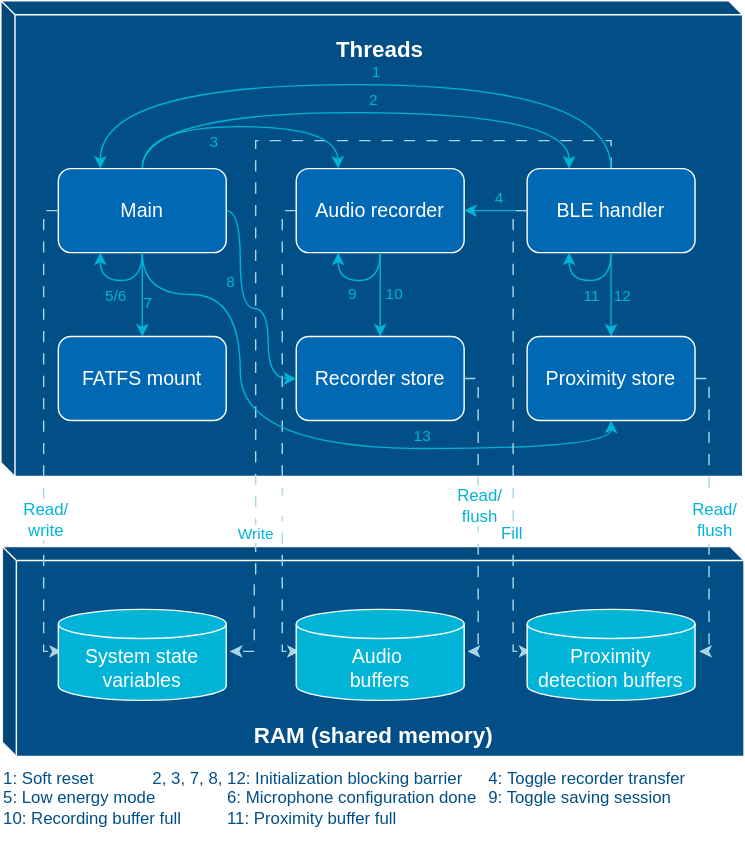
The draw.io diagram 01-Report/01-diagram/01-global/threads.drawio.svg in DrinkDark/Master_TM_DataCollar, before a commit. Source tidied: cells renumbered, new cells last; positions are measured from the earlier drawing's top-left corner, leaving out a move shared by most shapes. Source of this version:
```xml
<mxGraphModel>
  <root>
    <mxCell id="0" />
    <mxCell id="1" parent="0" />
    <mxCell id="2" value="&lt;span style=&quot;color: rgba(0, 0, 0, 0); font-family: monospace; font-size: 0px; text-align: start; text-wrap: nowrap;&quot;&gt;%3CmxGraphModel%3E%3Croot%3E%3CmxCell%20id%3D%220%22%2F%3E%3CmxCell%20id%3D%221%22%20parent%3D%220%22%2F%3E%3CmxCell%20id%3D%222%22%20value%3D%22%26lt%3Bfont%20style%3D%26quot%3Bfont-size%3A%2015px%3B%26quot%3B%26gt%3B%26lt%3Bb%26gt%3BThreads%26lt%3B%2Fb%26gt%3B%26lt%3B%2Ffont%26gt%3B%22%20style%3D%22text%3Bhtml%3D1%3Balign%3Dcenter%3BverticalAlign%3Dmiddle%3BwhiteSpace%3Dwrap%3Brounded%3D0%3B%22%20vertex%3D%221%22%20parent%3D%221%22%3E%3CmxGeometry%20x%3D%22380%22%20y%3D%22150%22%20width%3D%2260%22%20height%3D%2230%22%20as%3D%22geometry%22%2F%3E%3C%2FmxCell%3E%3C%2Froot%3E%3C%2FmxGraphModel%3E&lt;/span&gt;" style="shape=cube;whiteSpace=wrap;html=1;boundedLbl=1;backgroundOutline=1;darkOpacity=0.05;darkOpacity2=0.1;size=10;fillColor=#014F86;strokeColor=#FFFFFF;" parent="1" vertex="1">
      <mxGeometry x="1" y="390" width="530" height="150" as="geometry" />
    </mxCell>
    <mxCell id="3" style="shape=cube;whiteSpace=wrap;html=1;boundedLbl=1;backgroundOutline=1;darkOpacity=0.05;darkOpacity2=0.1;size=10;fillColor=#014F86;strokeColor=#FFFFFF;" parent="1" vertex="1">
      <mxGeometry width="530" height="340" as="geometry" />
    </mxCell>
    <mxCell id="4" value="&lt;font color=&quot;#ffffff&quot;&gt;&lt;b&gt;Threads&lt;/b&gt;&lt;/font&gt;" style="text;html=1;align=center;verticalAlign=middle;whiteSpace=wrap;rounded=0;fontSize=16;" parent="1" vertex="1">
      <mxGeometry x="241" y="20" width="60" height="30" as="geometry" />
    </mxCell>
    <mxCell id="5" value="10" style="edgeStyle=orthogonalEdgeStyle;rounded=0;jettySize=auto;html=1;exitX=0.5;exitY=1;exitDx=0;exitDy=0;entryX=0.5;entryY=0;entryDx=0;entryDy=0;strokeColor=#00B4D8;labelBackgroundColor=none;fontColor=#00B4D8;" parent="1" edge="1" source="10" target="20">
      <mxGeometry y="10" relative="1" as="geometry" />
    </mxCell>
    <mxCell id="6" style="edgeStyle=orthogonalEdgeStyle;rounded=0;jettySize=auto;html=1;exitX=0;exitY=0.5;exitDx=0;exitDy=0;entryX=0;entryY=0.5;entryDx=0;entryDy=0;dashed=1;dashPattern=8 8;labelBackgroundColor=none;fontColor=#00B4D8;strokeColor=#A9D6E5;" parent="1" edge="1" source="10">
      <mxGeometry relative="1" as="geometry">
        <mxPoint x="213.5" y="465" as="targetPoint" />
        <Array as="points">
          <mxPoint x="201" y="150" />
          <mxPoint x="201" y="465" />
        </Array>
      </mxGeometry>
    </mxCell>
    <mxCell id="7" value="&lt;font style=&quot;font-size: 12px;&quot;&gt;Fill&lt;/font&gt;" style="edgeLabel;html=1;align=center;verticalAlign=middle;fontColor=#FFFFFF;" parent="6" vertex="1">
      <mxGeometry x="0.32" y="-2" relative="1" as="geometry">
        <mxPoint y="-3" as="offset" />
      </mxGeometry>
    </mxCell>
    <mxCell id="8" style="edgeStyle=orthogonalEdgeStyle;rounded=0;jettySize=auto;html=1;entryX=1;entryY=0.5;entryDx=0;entryDy=0;dashed=1;dashPattern=8 8;exitX=0.5;exitY=0;exitDx=0;exitDy=0;labelBackgroundColor=none;fontColor=#00B4D8;strokeColor=#A9D6E5;" parent="1" edge="1" source="17">
      <mxGeometry relative="1" as="geometry">
        <mxPoint x="163.5" y="465" as="targetPoint" />
        <Array as="points">
          <mxPoint x="436" y="100" />
          <mxPoint x="182" y="100" />
          <mxPoint x="182" y="415" />
          <mxPoint x="181" y="415" />
          <mxPoint x="181" y="465" />
        </Array>
      </mxGeometry>
    </mxCell>
    <mxCell id="9" value="Write" style="edgeLabel;html=1;align=center;verticalAlign=middle;fontColor=#00B4D8;" parent="8" vertex="1">
      <mxGeometry x="-0.12" relative="1" as="geometry">
        <mxPoint x="-1" y="265" as="offset" />
      </mxGeometry>
    </mxCell>
    <mxCell id="10" value="&lt;font style=&quot;font-size: 14px;&quot; color=&quot;#ffffff&quot;&gt;Audio recorder&lt;/font&gt;" style="rounded=1;whiteSpace=wrap;html=1;fillColor=#0169B3;strokeColor=#FFFFFF;" parent="1" vertex="1">
      <mxGeometry x="211" y="120" width="120" height="60" as="geometry" />
    </mxCell>
    <mxCell id="11" style="edgeStyle=orthogonalEdgeStyle;rounded=0;jettySize=auto;html=1;exitX=0.5;exitY=1;exitDx=0;exitDy=0;entryX=0.5;entryY=0;entryDx=0;entryDy=0;strokeColor=#00B4D8;" parent="1" edge="1" source="17" target="21">
      <mxGeometry relative="1" as="geometry" />
    </mxCell>
    <mxCell id="12" value="12" style="edgeLabel;html=1;align=center;verticalAlign=middle;labelBackgroundColor=none;fontColor=#00B4D8;" parent="11" vertex="1">
      <mxGeometry x="0.1" relative="1" as="geometry">
        <mxPoint x="7" y="-3" as="offset" />
      </mxGeometry>
    </mxCell>
    <mxCell id="13" style="edgeStyle=orthogonalEdgeStyle;rounded=0;jettySize=auto;html=1;exitX=0.5;exitY=0;exitDx=0;exitDy=0;entryX=0.25;entryY=0;entryDx=0;entryDy=0;curved=1;strokeColor=#00B4D8;" parent="1" edge="1" source="17" target="32">
      <mxGeometry relative="1" as="geometry">
        <Array as="points">
          <mxPoint x="436" y="60" />
          <mxPoint x="71" y="60" />
        </Array>
      </mxGeometry>
    </mxCell>
    <mxCell id="14" value="1" style="edgeLabel;html=1;align=center;verticalAlign=middle;fontColor=#00B4D8;labelBackgroundColor=none;" parent="13" vertex="1">
      <mxGeometry x="-0.05" y="-1" relative="1" as="geometry">
        <mxPoint x="2" y="-9" as="offset" />
      </mxGeometry>
    </mxCell>
    <mxCell id="15" style="edgeStyle=orthogonalEdgeStyle;rounded=0;jettySize=auto;html=1;exitX=0;exitY=0.5;exitDx=0;exitDy=0;entryX=1;entryY=0.5;entryDx=0;entryDy=0;strokeColor=#00B4D8;" parent="1" edge="1" source="17" target="10">
      <mxGeometry relative="1" as="geometry" />
    </mxCell>
    <mxCell id="16" value="4" style="edgeLabel;html=1;align=center;verticalAlign=middle;labelBackgroundColor=none;fontColor=#00B4D8;" parent="15" vertex="1">
      <mxGeometry x="-0.07" relative="1" as="geometry">
        <mxPoint y="-10" as="offset" />
      </mxGeometry>
    </mxCell>
    <mxCell id="17" value="&lt;font style=&quot;font-size: 14px;&quot; color=&quot;#ffffff&quot;&gt;BLE handler&lt;/font&gt;" style="rounded=1;whiteSpace=wrap;html=1;fillColor=#0169B3;strokeColor=#FFFFFF;" parent="1" vertex="1">
      <mxGeometry x="376" y="120" width="120" height="60" as="geometry" />
    </mxCell>
    <mxCell id="18" style="edgeStyle=orthogonalEdgeStyle;rounded=0;jettySize=auto;html=1;exitX=1;exitY=0.5;exitDx=0;exitDy=0;entryX=1;entryY=0.5;entryDx=0;entryDy=0;dashed=1;dashPattern=8 8;labelBackgroundColor=none;fontColor=#00B4D8;strokeColor=#A9D6E5;" parent="1" edge="1" source="20">
      <mxGeometry relative="1" as="geometry">
        <mxPoint x="333.5" y="465" as="targetPoint" />
        <Array as="points">
          <mxPoint x="341" y="270" />
          <mxPoint x="341" y="465" />
        </Array>
      </mxGeometry>
    </mxCell>
    <mxCell id="19" value="&lt;font style=&quot;font-size: 12px;&quot;&gt;Read/&lt;/font&gt;&lt;div&gt;&lt;font style=&quot;font-size: 12px;&quot;&gt;flush&lt;/font&gt;&lt;/div&gt;" style="edgeLabel;html=1;align=center;verticalAlign=middle;fontColor=#00B4D8;" parent="18" vertex="1">
      <mxGeometry x="-0.04" y="3" relative="1" as="geometry">
        <mxPoint x="-3" y="-2" as="offset" />
      </mxGeometry>
    </mxCell>
    <mxCell id="20" value="&lt;font color=&quot;#ffffff&quot; style=&quot;font-size: 14px;&quot;&gt;Recorder store&lt;/font&gt;" style="rounded=1;whiteSpace=wrap;html=1;fillColor=#0169B3;strokeColor=#FFFFFF;" parent="1" vertex="1">
      <mxGeometry x="211" y="240" width="120" height="60" as="geometry" />
    </mxCell>
    <mxCell id="21" value="&lt;font color=&quot;#ffffff&quot; style=&quot;font-size: 14px;&quot;&gt;Proximity store&lt;/font&gt;" style="rounded=1;whiteSpace=wrap;html=1;fillColor=#0169B3;strokeColor=#FFFFFF;" parent="1" vertex="1">
      <mxGeometry x="376" y="240" width="120" height="60" as="geometry" />
    </mxCell>
    <mxCell id="22" style="edgeStyle=orthogonalEdgeStyle;rounded=0;jettySize=auto;html=1;exitX=0.5;exitY=0;exitDx=0;exitDy=0;entryX=0.25;entryY=0;entryDx=0;entryDy=0;curved=1;strokeColor=#00B4D8;" parent="1" edge="1" source="32" target="10">
      <mxGeometry relative="1" as="geometry">
        <Array as="points">
          <mxPoint x="101" y="90" />
          <mxPoint x="240" y="90" />
        </Array>
      </mxGeometry>
    </mxCell>
    <mxCell id="23" value="3" style="edgeLabel;html=1;align=center;verticalAlign=middle;labelBackgroundColor=none;fontColor=#00B4D8;" parent="22" vertex="1">
      <mxGeometry x="0.14" y="-1" relative="1" as="geometry">
        <mxPoint x="-33" y="9" as="offset" />
      </mxGeometry>
    </mxCell>
    <mxCell id="24" style="edgeStyle=orthogonalEdgeStyle;rounded=0;jettySize=auto;html=1;exitX=0.5;exitY=1;exitDx=0;exitDy=0;entryX=0.5;entryY=0;entryDx=0;entryDy=0;curved=1;strokeColor=#00B4D8;" parent="1" edge="1" source="32" target="33">
      <mxGeometry relative="1" as="geometry" />
    </mxCell>
    <mxCell id="25" value="7" style="edgeLabel;html=1;align=center;verticalAlign=middle;labelBackgroundColor=none;fontColor=#00B4D8;" parent="24" vertex="1">
      <mxGeometry x="0.16" y="3" relative="1" as="geometry" />
    </mxCell>
    <mxCell id="26" style="edgeStyle=orthogonalEdgeStyle;rounded=0;jettySize=auto;html=1;exitX=1;exitY=0.5;exitDx=0;exitDy=0;entryX=0;entryY=0.5;entryDx=0;entryDy=0;curved=1;strokeColor=#00B4D8;" parent="1" edge="1" source="32" target="20">
      <mxGeometry relative="1" as="geometry">
        <Array as="points">
          <mxPoint x="171" y="150" />
          <mxPoint x="171" y="220" />
          <mxPoint x="191" y="220" />
          <mxPoint x="191" y="270" />
        </Array>
      </mxGeometry>
    </mxCell>
    <mxCell id="27" value="8" style="edgeLabel;html=1;align=center;verticalAlign=middle;labelBackgroundColor=none;fontColor=#00B4D8;" parent="26" vertex="1">
      <mxGeometry x="0.02" y="5" relative="1" as="geometry">
        <mxPoint x="-14" y="-15" as="offset" />
      </mxGeometry>
    </mxCell>
    <mxCell id="28" style="edgeStyle=orthogonalEdgeStyle;rounded=0;jettySize=auto;html=1;exitX=0.5;exitY=1;exitDx=0;exitDy=0;entryX=0.5;entryY=1;entryDx=0;entryDy=0;curved=1;strokeColor=#00B4D8;" parent="1" edge="1" source="32" target="21">
      <mxGeometry relative="1" as="geometry">
        <Array as="points">
          <mxPoint x="101" y="210" />
          <mxPoint x="171" y="210" />
          <mxPoint x="171" y="320" />
          <mxPoint x="436" y="320" />
        </Array>
      </mxGeometry>
    </mxCell>
    <mxCell id="29" value="13" style="edgeLabel;html=1;align=center;verticalAlign=middle;labelBackgroundColor=none;fontColor=#00B4D8;" parent="28" vertex="1">
      <mxGeometry x="0.37" y="2" relative="1" as="geometry">
        <mxPoint y="-8" as="offset" />
      </mxGeometry>
    </mxCell>
    <mxCell id="30" style="edgeStyle=orthogonalEdgeStyle;rounded=0;jettySize=auto;html=1;exitX=0.5;exitY=0;exitDx=0;exitDy=0;entryX=0.25;entryY=0;entryDx=0;entryDy=0;curved=1;strokeColor=#00B4D8;" parent="1" edge="1" source="32" target="17">
      <mxGeometry relative="1" as="geometry">
        <Array as="points">
          <mxPoint x="101" y="80" />
          <mxPoint x="406" y="80" />
        </Array>
      </mxGeometry>
    </mxCell>
    <mxCell id="31" value="2" style="edgeLabel;html=1;align=center;verticalAlign=middle;labelBackgroundColor=none;fontColor=#00B4D8;" parent="30" vertex="1">
      <mxGeometry x="0.06" y="2" relative="1" as="geometry">
        <mxPoint x="1" y="-8" as="offset" />
      </mxGeometry>
    </mxCell>
    <mxCell id="32" value="&lt;font color=&quot;#ffffff&quot; style=&quot;font-size: 14px;&quot;&gt;Main&lt;/font&gt;" style="rounded=1;whiteSpace=wrap;html=1;fillColor=#0169B3;strokeColor=#FFFFFF;" parent="1" vertex="1">
      <mxGeometry x="41" y="120" width="120" height="60" as="geometry" />
    </mxCell>
    <mxCell id="33" value="&lt;font color=&quot;#ffffff&quot; style=&quot;font-size: 14px;&quot;&gt;FATFS mount&lt;/font&gt;" style="rounded=1;whiteSpace=wrap;html=1;fillColor=#0169B3;strokeColor=#FFFFFF;" parent="1" vertex="1">
      <mxGeometry x="41" y="240" width="120" height="60" as="geometry" />
    </mxCell>
    <mxCell id="34" value="&lt;font color=&quot;#ffffff&quot; style=&quot;font-size: 16px;&quot;&gt;&lt;b style=&quot;&quot;&gt;RAM (shared memory)&lt;/b&gt;&lt;/font&gt;" style="text;html=1;align=center;verticalAlign=middle;whiteSpace=wrap;rounded=0;" parent="1" vertex="1">
      <mxGeometry x="168.5" y="510" width="195" height="30" as="geometry" />
    </mxCell>
    <mxCell id="35" style="edgeStyle=orthogonalEdgeStyle;rounded=0;orthogonalLoop=1;jettySize=auto;html=1;exitX=0;exitY=0.5;exitDx=0;exitDy=0;entryX=0;entryY=0.5;entryDx=0;entryDy=0;dashed=1;dashPattern=8 8;labelBackgroundColor=none;fontColor=#00B4D8;strokeColor=#A9D6E5;" parent="1" edge="1">
      <mxGeometry relative="1" as="geometry">
        <mxPoint x="376" y="150" as="sourcePoint" />
        <mxPoint x="379" y="465" as="targetPoint" />
        <Array as="points">
          <mxPoint x="366" y="150" />
          <mxPoint x="366" y="465" />
        </Array>
      </mxGeometry>
    </mxCell>
    <mxCell id="36" value="&lt;font style=&quot;font-size: 12px;&quot;&gt;Fill&lt;/font&gt;" style="edgeLabel;html=1;align=center;verticalAlign=middle;fontColor=#00B4D8;" parent="35" vertex="1">
      <mxGeometry x="0.32" y="-2" relative="1" as="geometry">
        <mxPoint y="17" as="offset" />
      </mxGeometry>
    </mxCell>
    <mxCell id="37" style="edgeStyle=orthogonalEdgeStyle;rounded=0;orthogonalLoop=1;jettySize=auto;html=1;exitX=1;exitY=0.5;exitDx=0;exitDy=0;entryX=1;entryY=0.5;entryDx=0;entryDy=0;dashed=1;dashPattern=8 8;labelBackgroundColor=none;fontColor=#00B4D8;strokeColor=#A9D6E5;" parent="1" edge="1">
      <mxGeometry relative="1" as="geometry">
        <mxPoint x="496" y="270" as="sourcePoint" />
        <mxPoint x="499" y="465" as="targetPoint" />
        <Array as="points">
          <mxPoint x="506" y="270" />
          <mxPoint x="506" y="465" />
        </Array>
      </mxGeometry>
    </mxCell>
    <mxCell id="38" value="&lt;font style=&quot;font-size: 12px;&quot;&gt;Read/&lt;/font&gt;&lt;div&gt;&lt;font style=&quot;font-size: 12px;&quot;&gt;flush&lt;/font&gt;&lt;/div&gt;" style="edgeLabel;html=1;align=center;verticalAlign=middle;fontColor=#00B4D8;" parent="37" vertex="1">
      <mxGeometry x="-0.04" y="3" relative="1" as="geometry">
        <mxPoint y="8" as="offset" />
      </mxGeometry>
    </mxCell>
    <mxCell id="39" style="edgeStyle=orthogonalEdgeStyle;rounded=0;orthogonalLoop=1;jettySize=auto;html=1;exitX=0;exitY=0.5;exitDx=0;exitDy=0;entryX=0;entryY=0.5;entryDx=0;entryDy=0;dashed=1;dashPattern=8 8;labelBackgroundColor=none;fontColor=#00B4D8;strokeColor=#A9D6E5;" parent="1" edge="1">
      <mxGeometry relative="1" as="geometry">
        <mxPoint x="40.5" y="150" as="sourcePoint" />
        <mxPoint x="43.5" y="465" as="targetPoint" />
        <Array as="points">
          <mxPoint x="30.5" y="150" />
          <mxPoint x="30.5" y="465" />
        </Array>
      </mxGeometry>
    </mxCell>
    <mxCell id="40" value="&lt;font style=&quot;font-size: 12px;&quot;&gt;Read/&lt;/font&gt;&lt;div&gt;&lt;font style=&quot;font-size: 12px;&quot;&gt;write&lt;/font&gt;&lt;/div&gt;" style="edgeLabel;html=1;align=center;verticalAlign=middle;fontColor=#00B4D8;" parent="39" vertex="1">
      <mxGeometry x="0.32" y="-2" relative="1" as="geometry">
        <mxPoint x="3" y="7" as="offset" />
      </mxGeometry>
    </mxCell>
    <mxCell id="41" style="edgeStyle=orthogonalEdgeStyle;rounded=0;orthogonalLoop=1;jettySize=auto;html=1;exitX=0.25;exitY=1;exitDx=0;exitDy=0;entryX=0;entryY=1;entryDx=0;entryDy=0;curved=1;strokeColor=#00B4D8;" parent="1" edge="1">
      <mxGeometry relative="1" as="geometry">
        <mxPoint x="101" y="180" as="sourcePoint" />
        <mxPoint x="71" y="180" as="targetPoint" />
        <Array as="points">
          <mxPoint x="101" y="200" />
          <mxPoint x="71" y="200" />
        </Array>
      </mxGeometry>
    </mxCell>
    <mxCell id="42" value="5/6" style="edgeLabel;html=1;align=center;verticalAlign=middle;labelBackgroundColor=none;fontColor=#00B4D8;" parent="41" vertex="1">
      <mxGeometry x="-0.08" y="1" relative="1" as="geometry">
        <mxPoint x="-8" y="9" as="offset" />
      </mxGeometry>
    </mxCell>
    <mxCell id="43" value="9" style="edgeStyle=orthogonalEdgeStyle;rounded=0;orthogonalLoop=1;jettySize=auto;html=1;exitX=0.25;exitY=1;exitDx=0;exitDy=0;entryX=0;entryY=1;entryDx=0;entryDy=0;curved=1;strokeColor=#00B4D8;labelBackgroundColor=none;fontColor=#00B4D8;" parent="1" edge="1">
      <mxGeometry x="0.14" y="10" relative="1" as="geometry">
        <mxPoint x="271" y="180" as="sourcePoint" />
        <mxPoint x="241" y="180" as="targetPoint" />
        <Array as="points">
          <mxPoint x="271" y="200" />
          <mxPoint x="241" y="200" />
        </Array>
      </mxGeometry>
    </mxCell>
    <mxCell id="44" value="&lt;font color=&quot;#014f86&quot;&gt;1:&amp;nbsp;Soft reset&lt;span style=&quot;white-space: pre;&quot;&gt;&#9;&lt;/span&gt;&lt;span style=&quot;white-space: pre;&quot;&gt;&#9;&lt;/span&gt;2, 3, 7, 8, 12:&amp;nbsp;Initialization blocking barrier&lt;span style=&quot;white-space: pre;&quot;&gt;&#9;&lt;/span&gt;4:&amp;nbsp;Toggle recorder transfer&lt;/font&gt;&lt;div&gt;&lt;font color=&quot;#014f86&quot;&gt;5: Low energy mode&lt;span style=&quot;white-space: pre;&quot;&gt;&#9;&lt;/span&gt;&lt;span style=&quot;white-space: pre;&quot;&gt;&#9;&lt;/span&gt;6: Microphone configuration done&lt;span style=&quot;white-space: pre;&quot;&gt;&#9;&lt;/span&gt;9: Toggle saving session&lt;/font&gt;&lt;/div&gt;&lt;div&gt;&lt;font color=&quot;#014f86&quot;&gt;10: Recording buffer full&lt;span style=&quot;white-space: pre;&quot;&gt;&#9;&lt;/span&gt;&lt;span style=&quot;white-space: pre;&quot;&gt;&#9;&lt;/span&gt;11: Proximity buffer full&lt;/font&gt;&lt;/div&gt;" style="text;html=1;align=left;verticalAlign=middle;strokeColor=none;fillColor=none;" parent="1" vertex="1">
      <mxGeometry y="540" width="510" height="60" as="geometry" />
    </mxCell>
    <mxCell id="45" style="edgeStyle=orthogonalEdgeStyle;rounded=0;orthogonalLoop=1;jettySize=auto;html=1;exitX=0.5;exitY=1;exitDx=0;exitDy=0;entryX=0.25;entryY=1;entryDx=0;entryDy=0;curved=1;strokeColor=#00B4D8;" parent="1" edge="1" source="17" target="17">
      <mxGeometry relative="1" as="geometry">
        <Array as="points">
          <mxPoint x="436" y="200" />
          <mxPoint x="406" y="200" />
        </Array>
      </mxGeometry>
    </mxCell>
    <mxCell id="46" value="11" style="edgeLabel;html=1;align=center;verticalAlign=middle;fontColor=#00B4D8;labelBackgroundColor=none;" parent="45" vertex="1">
      <mxGeometry relative="1" as="geometry">
        <mxPoint y="10" as="offset" />
      </mxGeometry>
    </mxCell>
    <mxCell id="47" value="&lt;span style=&quot;color: rgb(255, 255, 255); font-size: 14px;&quot;&gt;System state variables&lt;/span&gt;" style="shape=cylinder3;whiteSpace=wrap;html=1;boundedLbl=1;backgroundOutline=1;size=10.381010509672478;strokeColor=#FFFFFF;fillColor=#00B4D8;" parent="1" vertex="1">
      <mxGeometry x="41" y="435" width="120" height="65" as="geometry" />
    </mxCell>
    <mxCell id="48" value="&lt;font style=&quot;font-size: 14px;&quot; color=&quot;#ffffff&quot;&gt;Audio&amp;nbsp;&lt;/font&gt;&lt;div&gt;&lt;font style=&quot;font-size: 14px;&quot; color=&quot;#ffffff&quot;&gt;buffers&lt;/font&gt;&lt;/div&gt;" style="shape=cylinder3;whiteSpace=wrap;html=1;boundedLbl=1;backgroundOutline=1;size=10.381010509672478;strokeColor=#FFFFFF;fillColor=#00B4D8;" parent="1" vertex="1">
      <mxGeometry x="211" y="435" width="120" height="65" as="geometry" />
    </mxCell>
    <mxCell id="49" value="&lt;font style=&quot;font-size: 14px;&quot; color=&quot;#ffffff&quot;&gt;Proximity detection&lt;/font&gt;&lt;span style=&quot;font-size: 14px; color: rgb(255, 255, 255); background-color: initial;&quot;&gt;&amp;nbsp;buffers&lt;/span&gt;" style="shape=cylinder3;whiteSpace=wrap;html=1;boundedLbl=1;backgroundOutline=1;size=10.381010509672478;strokeColor=#FFFFFF;fillColor=#00B4D8;" parent="1" vertex="1">
      <mxGeometry x="376" y="435" width="120" height="65" as="geometry" />
    </mxCell>
  </root>
</mxGraphModel>
```
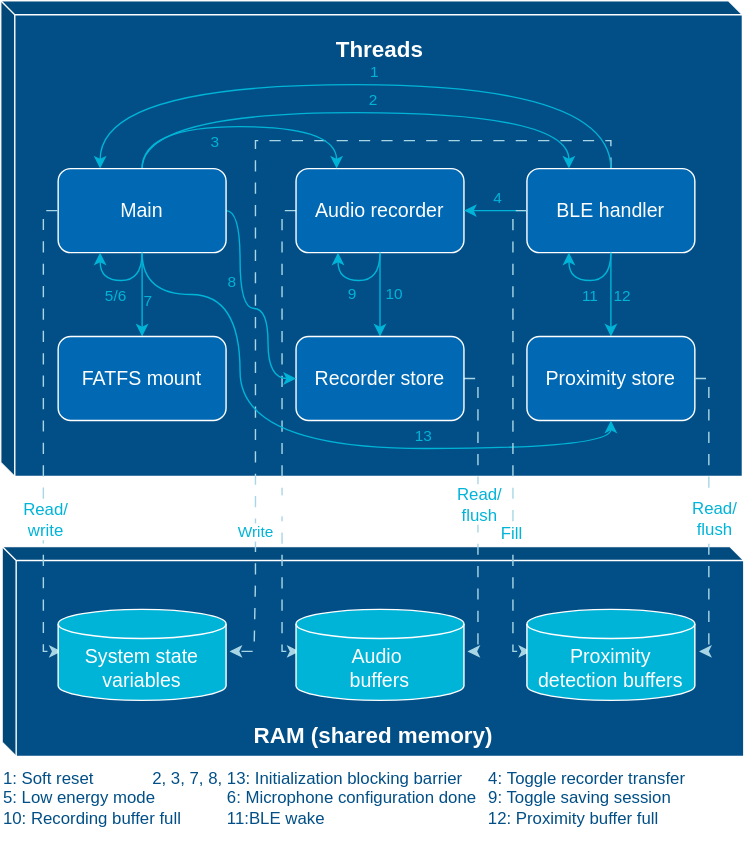
After the commit.

The edit, as a diff of the source:
```diff
@@ -241,7 +241,7 @@
         </Array>
       </mxGeometry>
     </mxCell>
-    <mxCell id="44" value="&lt;font color=&quot;#014f86&quot;&gt;1:&amp;nbsp;Soft reset&lt;span style=&quot;white-space: pre;&quot;&gt;&#9;&lt;/span&gt;&lt;span style=&quot;white-space: pre;&quot;&gt;&#9;&lt;/span&gt;2, 3, 7, 8, 12:&amp;nbsp;Initialization blocking barrier&lt;span style=&quot;white-space: pre;&quot;&gt;&#9;&lt;/span&gt;4:&amp;nbsp;Toggle recorder transfer&lt;/font&gt;&lt;div&gt;&lt;font color=&quot;#014f86&quot;&gt;5: Low energy mode&lt;span style=&quot;white-space: pre;&quot;&gt;&#9;&lt;/span&gt;&lt;span style=&quot;white-space: pre;&quot;&gt;&#9;&lt;/span&gt;6: Microphone configuration done&lt;span style=&quot;white-space: pre;&quot;&gt;&#9;&lt;/span&gt;9: Toggle saving session&lt;/font&gt;&lt;/div&gt;&lt;div&gt;&lt;font color=&quot;#014f86&quot;&gt;10: Recording buffer full&lt;span style=&quot;white-space: pre;&quot;&gt;&#9;&lt;/span&gt;&lt;span style=&quot;white-space: pre;&quot;&gt;&#9;&lt;/span&gt;11: Proximity buffer full&lt;/font&gt;&lt;/div&gt;" style="text;html=1;align=left;verticalAlign=middle;strokeColor=none;fillColor=none;" parent="1" vertex="1">
+    <mxCell id="44" value="&lt;font color=&quot;#014f86&quot;&gt;1:&amp;nbsp;Soft reset&lt;span style=&quot;white-space: pre;&quot;&gt;&#9;&lt;/span&gt;&lt;span style=&quot;white-space: pre;&quot;&gt;&#9;&lt;/span&gt;2, 3, 7, 8, 13:&amp;nbsp;Initialization blocking barrier&lt;span style=&quot;white-space: pre;&quot;&gt;&#9;&lt;/span&gt;4:&amp;nbsp;Toggle recorder transfer&lt;/font&gt;&lt;div&gt;&lt;font color=&quot;#014f86&quot;&gt;5: Low energy mode&lt;span style=&quot;white-space: pre;&quot;&gt;&#9;&lt;/span&gt;&lt;span style=&quot;white-space: pre;&quot;&gt;&#9;&lt;/span&gt;6: Microphone configuration done&lt;span style=&quot;white-space: pre;&quot;&gt;&#9;&lt;/span&gt;9: Toggle saving session&lt;/font&gt;&lt;/div&gt;&lt;div&gt;&lt;font color=&quot;#014f86&quot;&gt;10: Recording buffer full&lt;span style=&quot;white-space: pre;&quot;&gt;&#9;&lt;/span&gt;&lt;span style=&quot;white-space: pre;&quot;&gt;&#9;&lt;/span&gt;11:BLE wake&amp;nbsp; &amp;nbsp; &amp;nbsp; &amp;nbsp; &amp;nbsp; &amp;nbsp; &amp;nbsp; &amp;nbsp; &amp;nbsp; &amp;nbsp; &amp;nbsp; &amp;nbsp; &amp;nbsp; &amp;nbsp; &amp;nbsp; &amp;nbsp; &amp;nbsp; &amp;nbsp;12: Proximity buffer full&lt;/font&gt;&lt;/div&gt;" style="text;html=1;align=left;verticalAlign=middle;strokeColor=none;fillColor=none;" parent="1" vertex="1">
       <mxGeometry y="540" width="510" height="60" as="geometry" />
     </mxCell>
     <mxCell id="45" style="edgeStyle=orthogonalEdgeStyle;rounded=0;orthogonalLoop=1;jettySize=auto;html=1;exitX=0.5;exitY=1;exitDx=0;exitDy=0;entryX=0.25;entryY=1;entryDx=0;entryDy=0;curved=1;strokeColor=#00B4D8;" parent="1" edge="1" source="17" target="17">
```
